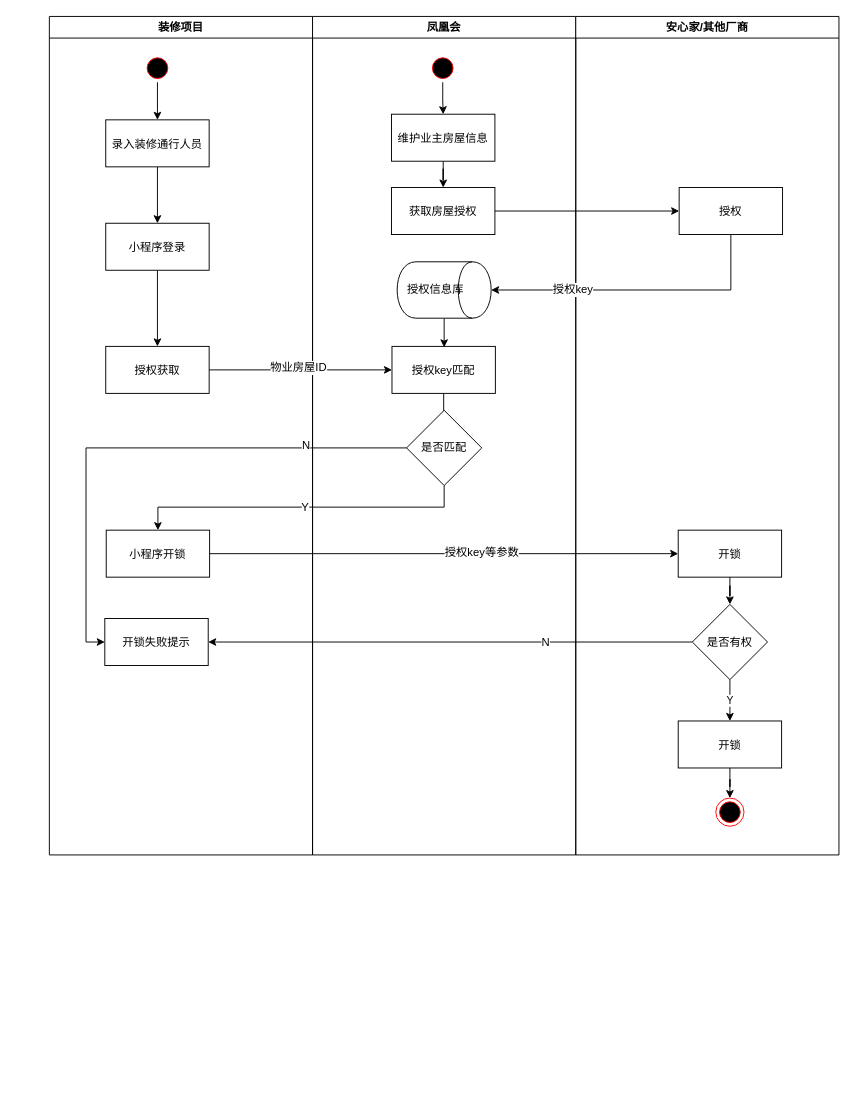
The draw.io diagram 方案一.drawio in Tong1990/demo, before the edit. Source tidied: cells renumbered, new cells numbered last; positions are measured from the earlier drawing's top-left corner, leaving out a move shared by most shapes. Both pictures are drawn from the tidied source at 94%, with x=0, y=0 at pixel (49, 16).
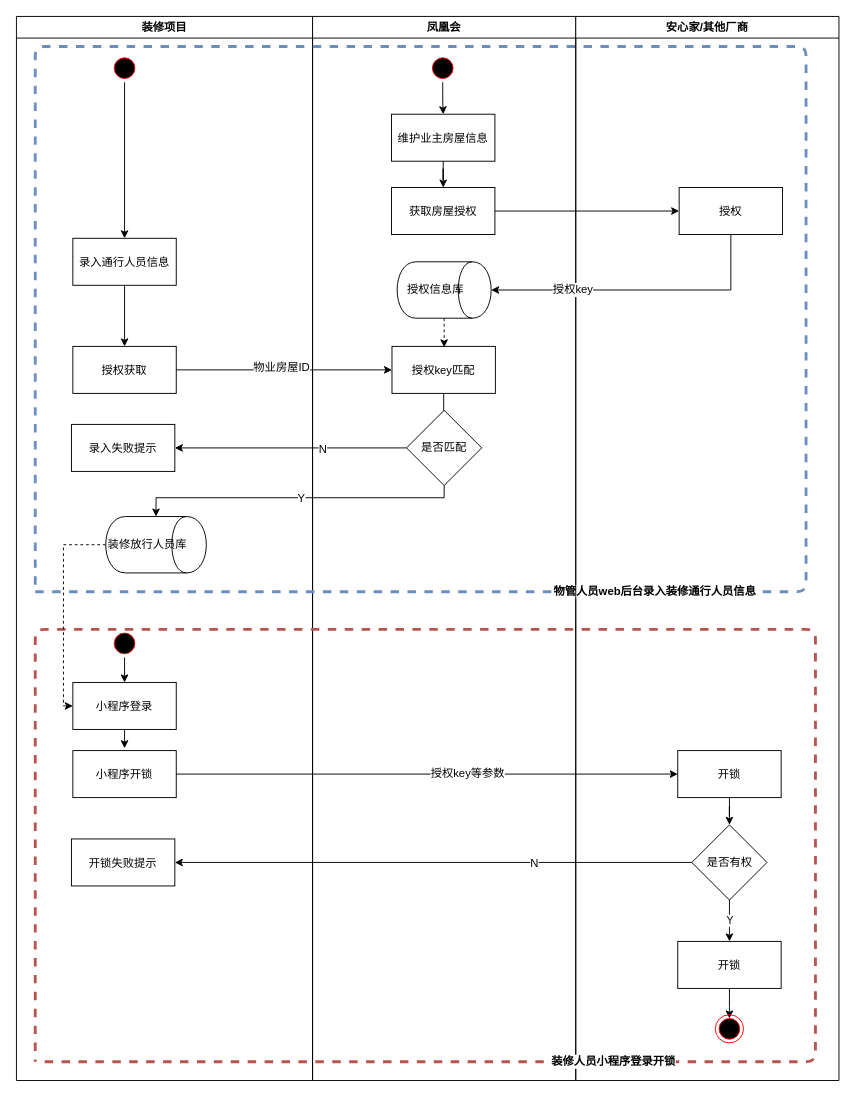
The same diagram, later.

The change refers to these unchanged cells:
```xml
<mxCell id="21" value="授权信息库" style="shape=cylinder;whiteSpace=wrap;html=1;boundedLbl=1;backgroundOutline=1;direction=south;" parent="12" vertex="1">
  <mxGeometry x="90" y="261" width="100" height="60" as="geometry" />
</mxCell>
<mxCell id="22" value="是否匹配" style="rhombus;whiteSpace=wrap;html=1;" parent="12" vertex="1">
  <mxGeometry x="100" y="419" width="80" height="80" as="geometry" />
</mxCell>
```

What changed in the source:
```diff
@@
     <mxCell id="2" value="装修项目" style="swimlane;whiteSpace=wrap;" parent="1" vertex="1">
-      <mxGeometry width="280" height="892" as="geometry" />
+      <mxGeometry x="-35" width="315" height="1132" as="geometry" />
     </mxCell>
@@
-    <mxCell id="5" style="edgeStyle=orthogonalEdgeStyle;rounded=0;jettySize=auto;html=1;" parent="2" edge="1" source="6" target="8">
-      <mxGeometry relative="1" as="geometry" />
-    </mxCell>
-    <mxCell id="6" value="录入装修通行人员" parent="2" vertex="1">
-      <mxGeometry x="60" y="110" width="110" height="50" as="geometry" />
+    <mxCell id="6" value="录入通行人员信息" parent="2" vertex="1">
+      <mxGeometry x="60" y="236" width="110" height="50" as="geometry" />
     </mxCell>
-    <mxCell id="7" style="edgeStyle=orthogonalEdgeStyle;rounded=0;jettySize=auto;html=1;" parent="2" edge="1" source="8" target="9">
+    <mxCell id="7" style="edgeStyle=orthogonalEdgeStyle;rounded=0;jettySize=auto;html=1;exitX=0.5;exitY=1;exitDx=0;exitDy=0;" parent="2" edge="1" source="6" target="9">
       <mxGeometry relative="1" as="geometry" />
     </mxCell>
+    <mxCell id="9" value="授权获取" parent="2" vertex="1">
+      <mxGeometry x="60" y="351" width="110" height="50" as="geometry" />
+    </mxCell>
+    <mxCell id="45" value="录入失败提示" parent="2" vertex="1">
+      <mxGeometry x="58.5" y="434" width="110" height="50" as="geometry" />
+    </mxCell>
+    <mxCell id="10" value="小程序开锁" parent="2" vertex="1">
+      <mxGeometry x="60" y="781" width="110" height="50" as="geometry" />
+    </mxCell>
+    <mxCell id="46" style="edgeStyle=orthogonalEdgeStyle;rounded=0;jettySize=auto;html=1;" parent="2" edge="1" source="8">
+      <mxGeometry relative="1" as="geometry">
+        <mxPoint x="115" y="778.5" as="targetPoint" />
+      </mxGeometry>
+    </mxCell>
     <mxCell id="8" value="小程序登录" parent="2" vertex="1">
-      <mxGeometry x="60" y="220" width="110" height="50" as="geometry" />
+      <mxGeometry x="60" y="708.5" width="110" height="50" as="geometry" />
     </mxCell>
-    <mxCell id="9" value="授权获取" parent="2" vertex="1">
-      <mxGeometry x="60" y="351" width="110" height="50" as="geometry" />
-    </mxCell>
-    <mxCell id="10" value="小程序开锁" parent="2" vertex="1">
-      <mxGeometry x="60.5" y="546.5" width="110" height="50" as="geometry" />
-    </mxCell>
     <mxCell id="11" value="开锁失败提示" parent="2" vertex="1">
-      <mxGeometry x="59" y="640.5" width="110" height="50" as="geometry" />
+      <mxGeometry x="58.5" y="875" width="110" height="50" as="geometry" />
     </mxCell>
+    <mxCell id="47" style="ellipse;shape=startState;fillColor=#000000;strokeColor=#ff0000;" parent="2" vertex="1">
+      <mxGeometry x="100" y="652" width="30" height="30" as="geometry" />
+    </mxCell>
+    <mxCell id="48" style="endArrow=classic;html=1;entryX=0.5;entryY=0;entryDx=0;entryDy=0;" parent="2" edge="1" source="47" target="8">
+      <mxGeometry relative="1" as="geometry" />
+    </mxCell>
     <mxCell id="12" value="凤凰会" style="swimlane;whiteSpace=wrap;" parent="1" vertex="1">
-      <mxGeometry x="280" width="280" height="892" as="geometry" />
+      <mxGeometry x="280" width="280" height="1132" as="geometry" />
     </mxCell>
@@
-    <mxCell id="20" style="edgeStyle=orthogonalEdgeStyle;rounded=0;jettySize=auto;html=1;" parent="12" edge="1" source="21">
+    <mxCell id="20" style="edgeStyle=orthogonalEdgeStyle;rounded=0;jettySize=auto;html=1;dashed=1;" parent="12" edge="1" source="21">
       <mxGeometry relative="1" as="geometry">
         <mxPoint x="140" y="352" as="targetPoint" />
       </mxGeometry>
     </mxCell>
@@
+    <mxCell id="49" style="endArrow=none;html=1;dashed=1;fillColor=#dae8fc;strokeColor=#6c8ebf;strokeWidth=3;" parent="12" edge="1">
+      <mxGeometry relative="1" as="geometry">
+        <mxPoint x="-295" y="612" as="sourcePoint" />
+        <mxPoint x="-295" y="612" as="targetPoint" />
+        <Array as="points">
+          <mxPoint x="525" y="612" />
+          <mxPoint x="525" y="32" />
+          <mxPoint x="-295" y="32" />
+        </Array>
+      </mxGeometry>
+    </mxCell>
+    <mxCell id="50" value="物管人员web后台录入装修通行人员信息" style="text;html=1;align=center;verticalAlign=middle;labelBackgroundColor=#ffffff;fontStyle=1;" parent="49" vertex="1">
+      <mxGeometry x="-0.53" y="1" relative="1" as="geometry" />
+    </mxCell>
     <mxCell id="23" value="安心家/其他厂商" style="swimlane;whiteSpace=wrap;" parent="1" vertex="1">
-      <mxGeometry x="560" width="280" height="892" as="geometry" />
+      <mxGeometry x="560" width="280" height="1132" as="geometry" />
     </mxCell>
     <mxCell id="24" value="是否有权" style="rhombus;whiteSpace=wrap;html=1;" parent="23" vertex="1">
-      <mxGeometry x="124" y="625.5" width="80" height="80" as="geometry" />
+      <mxGeometry x="123.5" y="860" width="80" height="80" as="geometry" />
     </mxCell>
-    <mxCell id="25" style="edgeStyle=orthogonalEdgeStyle;rounded=0;jettySize=auto;html=1;" parent="23" edge="1" source="26" target="27">
-      <mxGeometry relative="1" as="geometry" />
+    <mxCell id="25" style="edgeStyle=orthogonalEdgeStyle;rounded=0;jettySize=auto;html=1;" parent="23" edge="1" source="26">
+      <mxGeometry relative="1" as="geometry">
+        <mxPoint x="163.5" y="1066" as="targetPoint" />
+      </mxGeometry>
     </mxCell>
     <mxCell id="26" value="开锁" parent="23" vertex="1">
-      <mxGeometry x="109" y="749.5" width="110" height="50" as="geometry" />
+      <mxGeometry x="108.5" y="984" width="110" height="50" as="geometry" />
     </mxCell>
     <mxCell id="27" style="ellipse;shape=endState;fillColor=#000000;strokeColor=#ff0000;" parent="23" vertex="1">
-      <mxGeometry x="149" y="831.5" width="30" height="30" as="geometry" />
+      <mxGeometry x="148.5" y="1062" width="30" height="30" as="geometry" />
     </mxCell>
@@
     <mxCell id="29" value="开锁" parent="23" vertex="1">
-      <mxGeometry x="109" y="546.5" width="110" height="50" as="geometry" />
+      <mxGeometry x="108.5" y="781" width="110" height="50" as="geometry" />
     </mxCell>
@@
+    <mxCell id="51" style="endArrow=none;html=1;dashed=1;fillColor=#f8cecc;strokeColor=#b85450;strokeWidth=3;" parent="23" edge="1">
+      <mxGeometry relative="1" as="geometry">
+        <mxPoint x="-565" y="1112" as="sourcePoint" />
+        <mxPoint x="-575" y="1112" as="targetPoint" />
+        <Array as="points">
+          <mxPoint x="255" y="1112" />
+          <mxPoint x="255" y="652" />
+          <mxPoint x="-575" y="652" />
+        </Array>
+      </mxGeometry>
+    </mxCell>
+    <mxCell id="52" value="装修人员小程序登录开锁" style="text;html=1;align=center;verticalAlign=middle;labelBackgroundColor=#ffffff;fontStyle=1;" parent="51" vertex="1">
+      <mxGeometry x="-0.53" y="1" relative="1" as="geometry" />
+    </mxCell>
@@
-    <mxCell id="41" style="edgeStyle=orthogonalEdgeStyle;rounded=0;jettySize=auto;html=1;entryX=0;entryY=0.5;entryDx=0;entryDy=0;" parent="1" edge="1" source="22" target="11">
-      <mxGeometry relative="1" as="geometry" />
-    </mxCell>
+    <mxCell id="53" style="edgeStyle=orthogonalEdgeStyle;rounded=0;jettySize=auto;html=1;entryX=0;entryY=0.5;entryDx=0;entryDy=0;dashed=1;" parent="1" edge="1" source="54" target="8">
+      <mxGeometry relative="1" as="geometry">
+        <Array as="points">
+          <mxPoint x="15" y="562" />
+          <mxPoint x="15" y="734" />
+        </Array>
+      </mxGeometry>
+    </mxCell>
+    <mxCell id="54" value="装修放行人员库" style="shape=cylinder;whiteSpace=wrap;html=1;boundedLbl=1;backgroundOutline=1;direction=south;" parent="1" vertex="1">
+      <mxGeometry x="60" y="532" width="107" height="60" as="geometry" />
+    </mxCell>
+    <mxCell id="55" style="edgeStyle=orthogonalEdgeStyle;rounded=0;jettySize=auto;html=1;entryX=0;entryY=0.5;entryDx=0;entryDy=0;" parent="1" edge="1" source="22" target="54">
+      <mxGeometry relative="1" as="geometry">
+        <Array as="points">
+          <mxPoint x="420" y="512" />
+          <mxPoint x="114" y="512" />
+        </Array>
+      </mxGeometry>
+    </mxCell>
+    <mxCell id="44" value="Y" style="text;html=1;align=center;verticalAlign=middle;labelBackgroundColor=#ffffff;" parent="55" vertex="1">
+      <mxGeometry x="-0.02" relative="1" as="geometry" />
+    </mxCell>
+    <mxCell id="56" style="edgeStyle=orthogonalEdgeStyle;rounded=0;jettySize=auto;html=1;entryX=1;entryY=0.5;entryDx=0;entryDy=0;" parent="1" edge="1" source="22" target="45">
+      <mxGeometry relative="1" as="geometry" />
+    </mxCell>
-    <mxCell id="42" value="N" style="text;html=1;align=center;verticalAlign=middle;labelBackgroundColor=#ffffff;" parent="41" vertex="1">
-      <mxGeometry x="-0.62" y="-3" relative="1" as="geometry" />
+    <mxCell id="42" value="N" style="text;html=1;align=center;verticalAlign=middle;labelBackgroundColor=#ffffff;" parent="56" vertex="1">
+      <mxGeometry x="-0.27" y="1" relative="1" as="geometry" />
     </mxCell>
-    <mxCell id="43" style="edgeStyle=orthogonalEdgeStyle;rounded=0;jettySize=auto;html=1;entryX=0.5;entryY=0;entryDx=0;entryDy=0;" parent="1" edge="1" source="22" target="10">
-      <mxGeometry relative="1" as="geometry">
-        <Array as="points">
-          <mxPoint x="420" y="522" />
-          <mxPoint x="116" y="522" />
-        </Array>
-      </mxGeometry>
-    </mxCell>
-    <mxCell id="44" value="Y" style="text;html=1;align=center;verticalAlign=middle;labelBackgroundColor=#ffffff;" parent="43" vertex="1">
-      <mxGeometry x="-0.02" relative="1" as="geometry" />
-    </mxCell>
```
